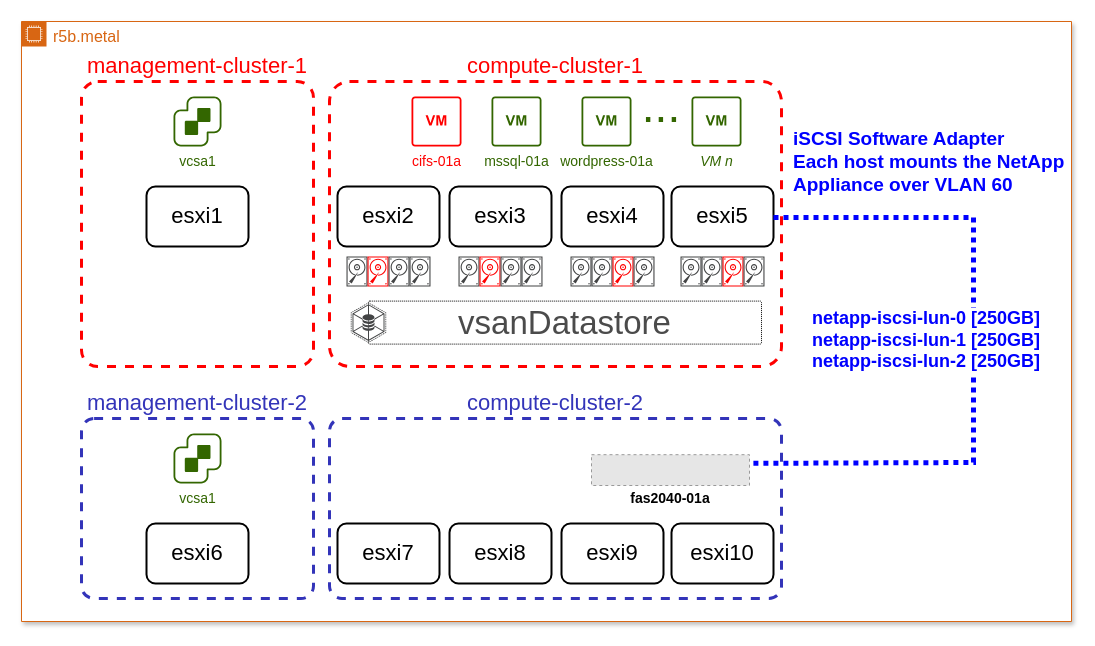
This is page "iSCSI" (4 of 4) of esxi-on-kvm/diagrams/esxi-on-kvm.drawio from seahow-uk/vmware-admin-scripts, a draw.io file, before an edit. Source tidied: cells renumbered, new cells numbered last; positions are measured from the earlier drawing's top-left corner, leaving out a move shared by most shapes. Both pictures are drawn from the tidied source at 100%, with x=0, y=0 at pixel (21, 21). Pictures stored in the file or linked from it are replaced by grey dashed boxes.
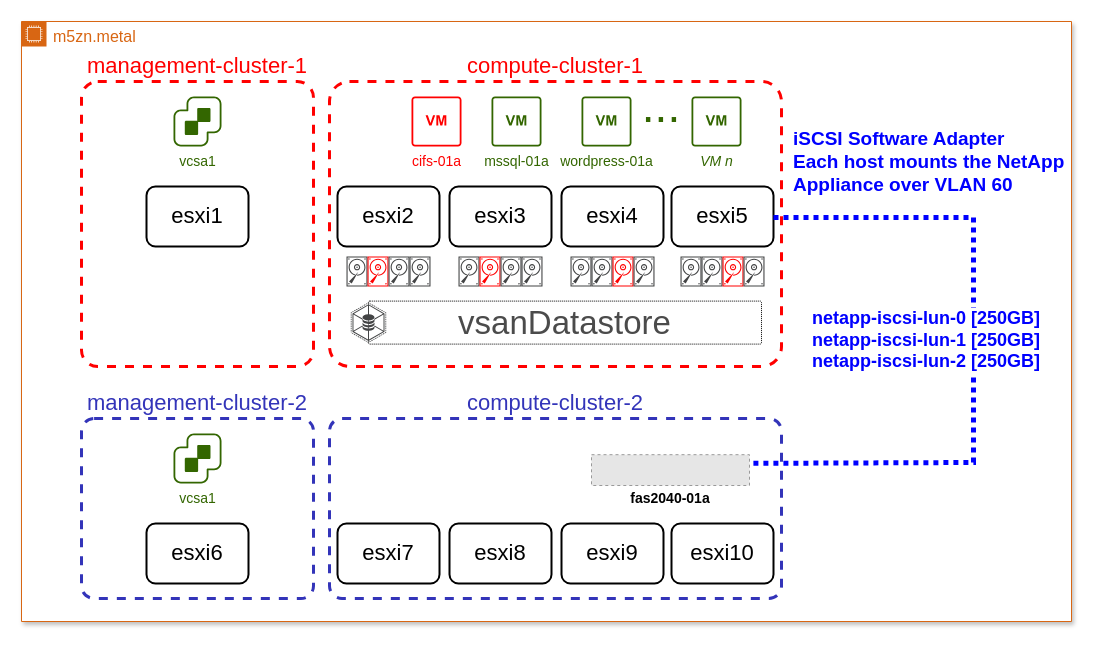
Above is the later version.

Change to the diagram source:
```diff
@@
-    <mxCell id="2" value="r5b.metal" style="html=1;whiteSpace=wrap;fontSize=16;fontStyle=0;shape=mxgraph.aws4.group;grIcon=mxgraph.aws4.group_ec2_instance_contents;verticalAlign=top;align=left;spacingLeft=30;dashed=0;shadow=1;glass=0;labelBackgroundColor=none;fontFamily=Amazon Ember;spacingBottom=-2;spacingTop=-1;fillColor=#ffffff;strokeColor=#D86613;fontColor=#D86613;" parent="1" vertex="1">
+    <mxCell id="2" value="m5zn.metal" style="html=1;whiteSpace=wrap;fontSize=16;fontStyle=0;shape=mxgraph.aws4.group;grIcon=mxgraph.aws4.group_ec2_instance_contents;verticalAlign=top;align=left;spacingLeft=30;dashed=0;shadow=1;glass=0;labelBackgroundColor=none;fontFamily=Amazon Ember;spacingBottom=-2;spacingTop=-1;fillColor=#ffffff;strokeColor=#D86613;fontColor=#D86613;" parent="1" vertex="1">
       <mxGeometry width="1050" height="600" as="geometry" />
     </mxCell>
```
